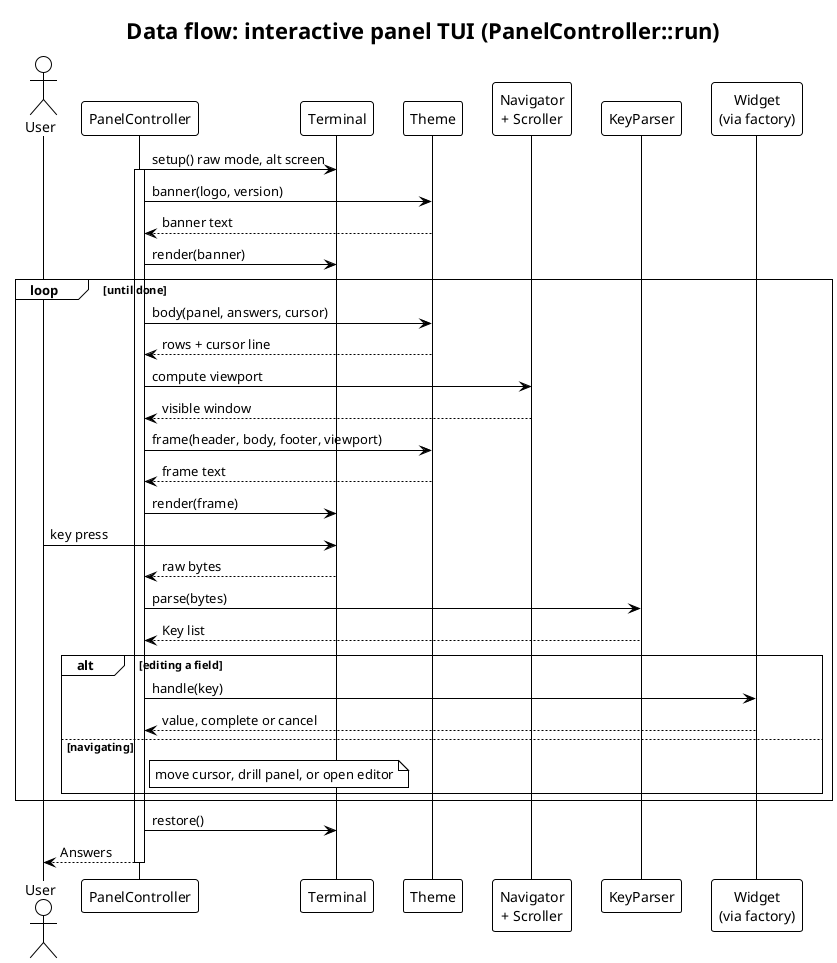
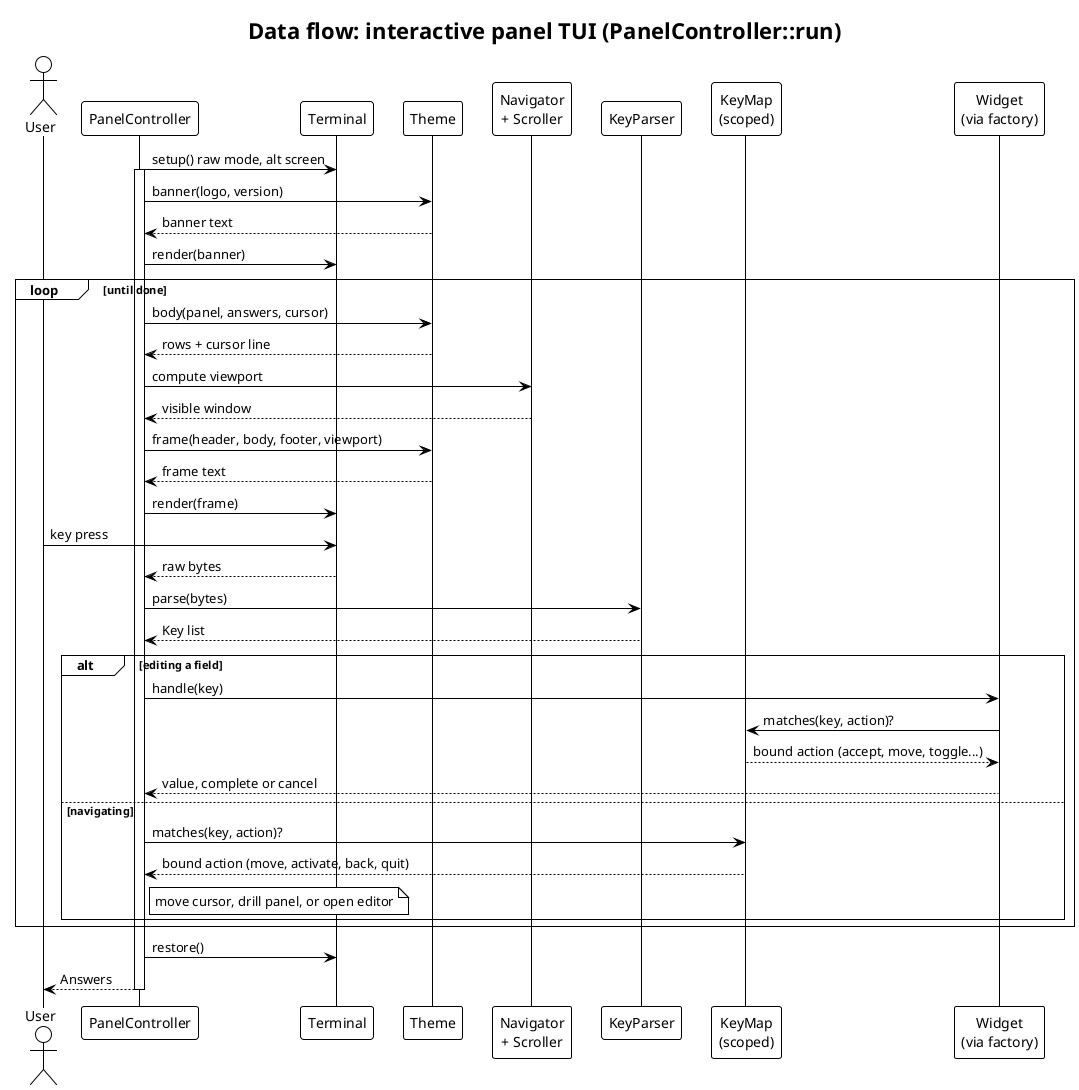
@startuml
' drevops/tui - data flow for the interactive panel TUI.
- ' Traced from src/Render/PanelController.php (run -> frame/handle) and src/Theme/.
+ ' Traced from src/Render/PanelController.php (run -> frame/handle), src/Theme/
+ ' and src/Input/ (KeyMap resolves a key press to a semantic action).
' Regenerate every SVG with:  plantuml -tsvg docs/architecture/*.puml
!theme plain
skinparam backgroundColor white
skinparam defaultFontName Helvetica
skinparam shadowing false
title Data flow: interactive panel TUI (PanelController::run)

actor "User" as User
participant "PanelController" as PC
participant "Terminal" as Term
participant "Theme" as Theme
participant "Navigator\n+ Scroller" as Nav
participant "KeyParser" as KP
+ participant "KeyMap\n(scoped)" as KM
participant "Widget\n(via factory)" as W

PC -> Term: setup() raw mode, alt screen
activate PC
PC -> Theme: banner(logo, version)
Theme --> PC: banner text
PC -> Term: render(banner)

loop until done
  PC -> Theme: body(panel, answers, cursor)
  Theme --> PC: rows + cursor line
  PC -> Nav: compute viewport
  Nav --> PC: visible window
  PC -> Theme: frame(header, body, footer, viewport)
  Theme --> PC: frame text
  PC -> Term: render(frame)

  User -> Term: key press
  Term --> PC: raw bytes
  PC -> KP: parse(bytes)
  KP --> PC: Key list

  alt editing a field
    PC -> W: handle(key)
+     W -> KM: matches(key, action)?
+     KM --> W: bound action (accept, move, toggle...)
    W --> PC: value, complete or cancel
  else navigating
+     PC -> KM: matches(key, action)?
+     KM --> PC: bound action (move, activate, back, quit)
    note right of PC: move cursor, drill panel, or open editor
  end
end

PC -> Term: restore()
PC --> User: Answers
deactivate PC
@enduml
